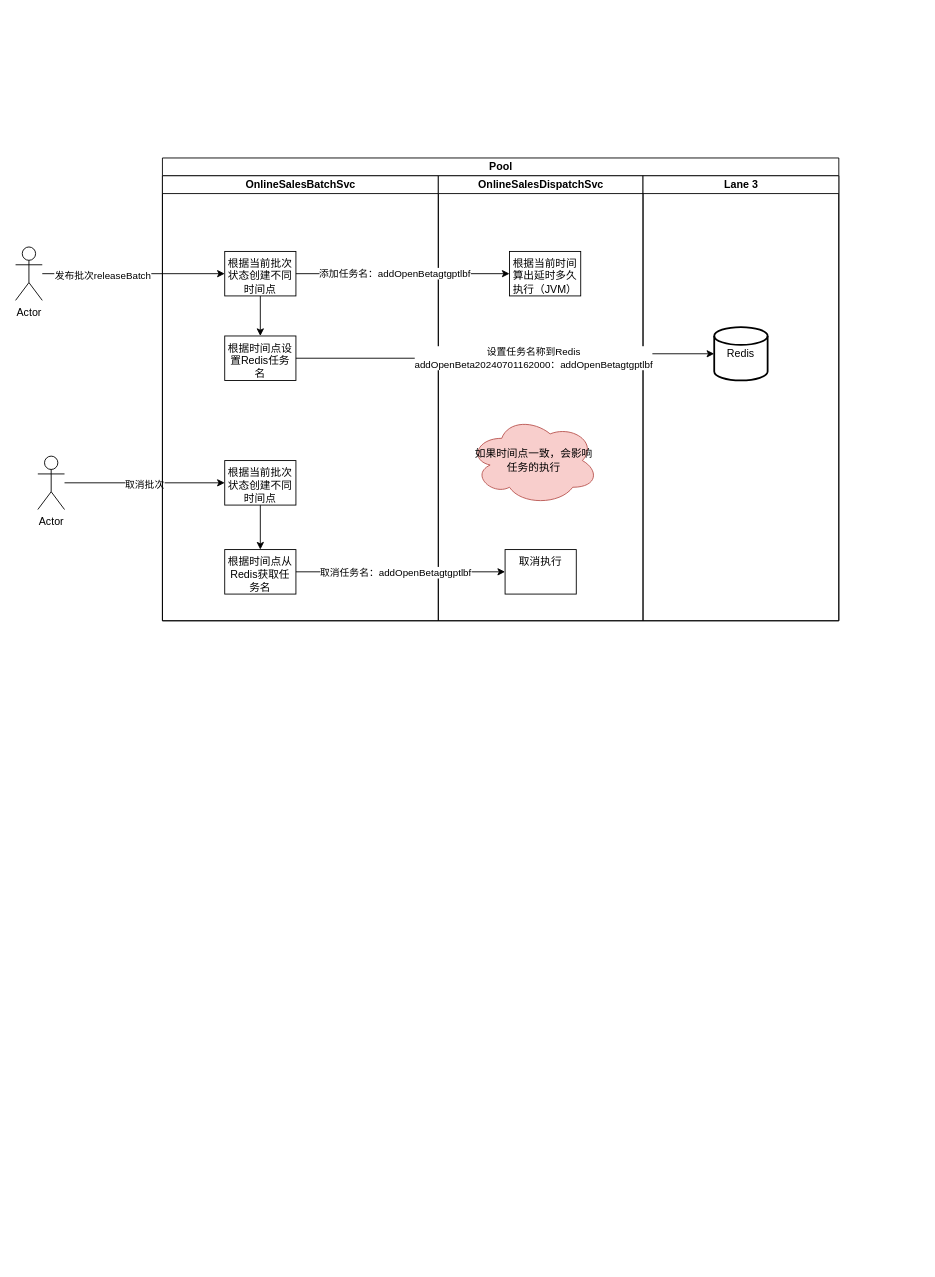
This is 开盘系统.drawio from juesuchen/diagrams, a draw.io file, before an edit. Source tidied: cells renumbered, new cells numbered last; positions are measured from the earlier drawing's top-left corner, leaving out a move shared by most shapes. Both pictures are drawn from the tidied source at 89%, with x=0, y=0 at pixel (15, 158).
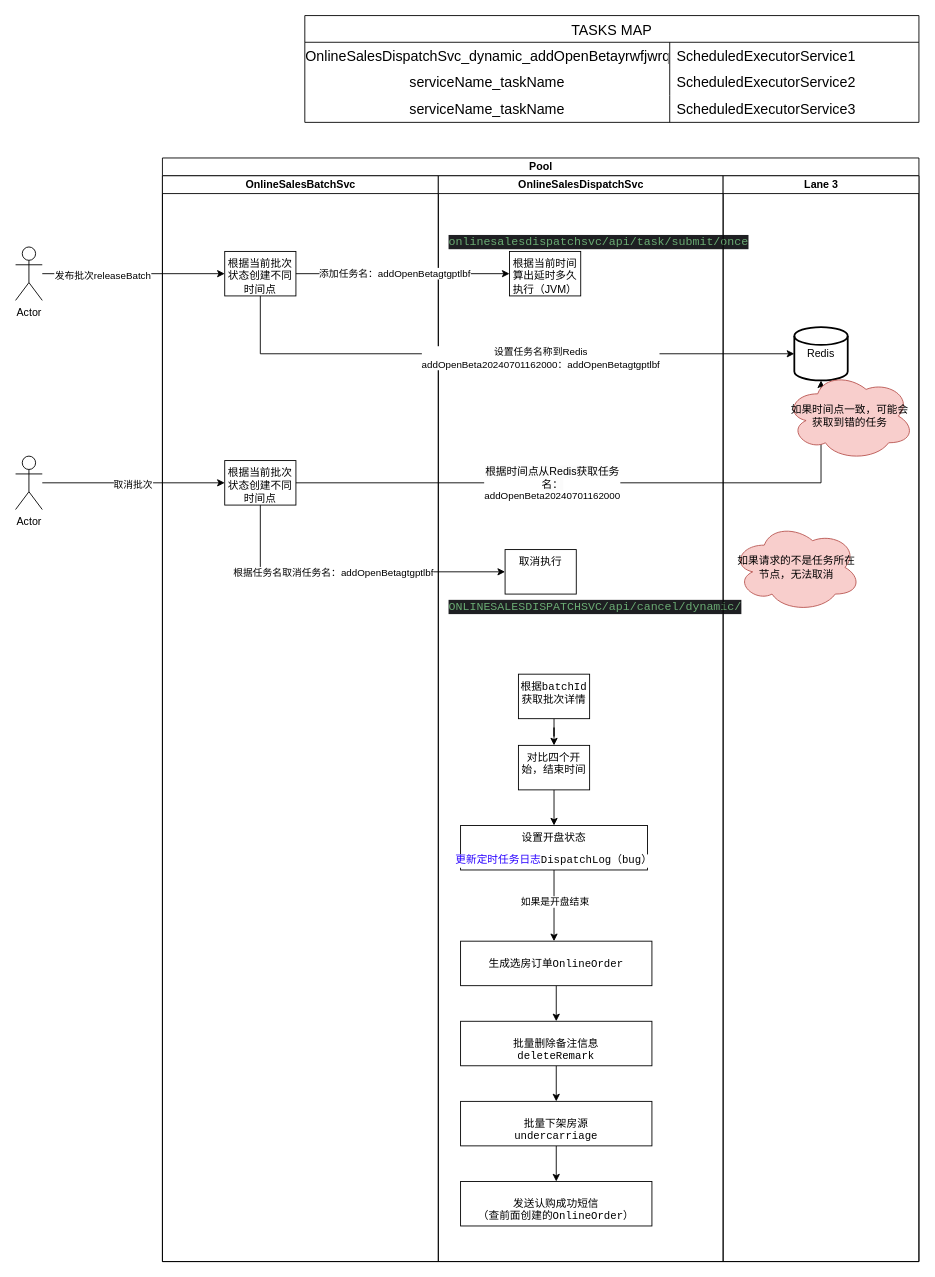
Above is the later version.

Commit message:
更新开盘系统.drawio

Unchanged cells that the change refers to:
```xml
<mxCell id="11" value="根据当前批次状态创建不同时间点" style="whiteSpace=wrap;html=1;verticalAlign=top;" parent="9" vertex="1">
  <mxGeometry x="70" y="85" width="80" height="50" as="geometry" />
</mxCell>
<mxCell id="13" value="根据当前批次状态创建不同时间点" style="whiteSpace=wrap;html=1;verticalAlign=top;" parent="9" vertex="1">
  <mxGeometry x="70" y="320" width="80" height="50" as="geometry" />
</mxCell>
<mxCell id="18" value="取消执行" style="whiteSpace=wrap;html=1;verticalAlign=top;" parent="16" vertex="1">
  <mxGeometry x="75" y="420" width="80" height="50" as="geometry" />
</mxCell>
<mxCell id="21" value="Redis" style="strokeWidth=2;html=1;shape=mxgraph.flowchart.database;whiteSpace=wrap;" parent="20" vertex="1">
  <mxGeometry x="80" y="170" width="60" height="60" as="geometry" />
</mxCell>
```

Diff of the diagram source:
```diff
@@
     <mxCell id="7" value="Actor" style="shape=umlActor;verticalLabelPosition=bottom;verticalAlign=top;html=1;outlineConnect=0;" parent="1" vertex="1">
-      <mxGeometry x="25" y="335" width="30" height="60" as="geometry" />
+      <mxGeometry y="335" width="30" height="60" as="geometry" />
     </mxCell>
     <mxCell id="8" value="Pool" style="swimlane;startSize=20;html=1;" parent="1" vertex="1">
-      <mxGeometry x="165" width="760" height="520" as="geometry" />
+      <mxGeometry x="165" width="850" height="1240" as="geometry" />
     </mxCell>
     <mxCell id="9" value="OnlineSalesBatchSvc" style="swimlane;startSize=20;html=1;" parent="8" vertex="1">
-      <mxGeometry y="20" width="310" height="500" as="geometry" />
+      <mxGeometry y="20" width="310" height="1220" as="geometry" />
     </mxCell>
-    <mxCell id="10" style="edgeStyle=orthogonalEdgeStyle;rounded=0;jettySize=auto;html=1;" parent="9" edge="1" source="11" target="15">
-      <mxGeometry relative="1" as="geometry" />
-    </mxCell>
@@
-    <mxCell id="12" style="edgeStyle=orthogonalEdgeStyle;rounded=0;jettySize=auto;html=1;" parent="9" edge="1" source="13" target="14">
-      <mxGeometry relative="1" as="geometry" />
-    </mxCell>
@@
-    <mxCell id="14" value="根据时间点从Redis获取任务名" style="whiteSpace=wrap;html=1;verticalAlign=top;" parent="9" vertex="1">
-      <mxGeometry x="70" y="420" width="80" height="50" as="geometry" />
-    </mxCell>
-    <mxCell id="15" value="根据时间点设置Redis任务名" style="whiteSpace=wrap;html=1;verticalAlign=top;" parent="9" vertex="1">
-      <mxGeometry x="70" y="180" width="80" height="50" as="geometry" />
-    </mxCell>
     <mxCell id="16" value="OnlineSalesDispatchSvc" style="swimlane;startSize=20;html=1;" parent="8" vertex="1">
-      <mxGeometry x="310" y="20" width="230" height="500" as="geometry" />
+      <mxGeometry x="310" y="20" width="320" height="1220" as="geometry" />
     </mxCell>
@@
-    <mxCell id="19" value="如果时间点一致，会影响任务的执行" style="ellipse;shape=cloud;whiteSpace=wrap;html=1;fillColor=#f8cecc;strokeColor=#b85450;" parent="16" vertex="1">
-      <mxGeometry x="35" y="270" width="145" height="100" as="geometry" />
-    </mxCell>
+    <mxCell id="28" value="&lt;div style=&quot;background-color:#1e1f22;color:#bcbec4;font-family:'JetBrains Mono',monospace;font-size:9.8pt;white-space:pre;&quot;&gt;&lt;span style=&quot;color:#6aab73;&quot;&gt;onlinesalesdispatchsvc/api/task/submit/once&lt;/span&gt;&lt;/div&gt;" style="text;whiteSpace=wrap;html=1;" parent="16" vertex="1">
+      <mxGeometry x="10" y="60" width="310" height="40" as="geometry" />
+    </mxCell>
+    <mxCell id="29" value="&lt;div style=&quot;background-color:#1e1f22;color:#bcbec4;font-family:'JetBrains Mono',monospace;font-size:9.8pt;white-space:pre;&quot;&gt;&lt;span style=&quot;color:#6aab73;&quot;&gt;ONLINESALESDISPATCHSVC/api/cancel/dynamic/&lt;/span&gt;&lt;/div&gt;" style="text;whiteSpace=wrap;html=1;" parent="16" vertex="1">
+      <mxGeometry x="10" y="470" width="310" height="40" as="geometry" />
+    </mxCell>
+    <mxCell id="30" style="edgeStyle=orthogonalEdgeStyle;rounded=0;jettySize=auto;html=1;" parent="16" edge="1" source="31" target="33">
+      <mxGeometry relative="1" as="geometry" />
+    </mxCell>
+    <mxCell id="31" value="根据&lt;span style=&quot;background-color: rgb(255, 255, 255); font-family: Consolas, courier;&quot;&gt;batchId获取批次详情&lt;/span&gt;" style="whiteSpace=wrap;html=1;verticalAlign=top;" parent="16" vertex="1">
+      <mxGeometry x="90" y="560" width="80" height="50" as="geometry" />
+    </mxCell>
+    <mxCell id="32" style="edgeStyle=orthogonalEdgeStyle;rounded=0;jettySize=auto;html=1;" parent="16" edge="1" source="33" target="36">
+      <mxGeometry relative="1" as="geometry" />
+    </mxCell>
+    <mxCell id="33" value="对比四个开始，结束时间" style="whiteSpace=wrap;html=1;verticalAlign=top;" parent="16" vertex="1">
+      <mxGeometry x="90" y="640" width="80" height="50" as="geometry" />
+    </mxCell>
+    <mxCell id="34" style="edgeStyle=orthogonalEdgeStyle;rounded=0;jettySize=auto;html=1;" parent="16" edge="1" source="36" target="38">
+      <mxGeometry relative="1" as="geometry">
+        <Array as="points">
+          <mxPoint x="130" y="820" />
+          <mxPoint x="130" y="820" />
+        </Array>
+      </mxGeometry>
+    </mxCell>
+    <mxCell id="35" value="如果是开盘结束" style="edgeLabel;html=1;align=center;verticalAlign=middle;" parent="34" vertex="1">
+      <mxGeometry x="-0.12" relative="1" as="geometry" />
+    </mxCell>
+    <mxCell id="36" value="设置开盘状态&lt;div&gt;&lt;pre style=&quot;font-family: &amp;quot;Consolas&amp;quot;, courier; background: #ffffff&quot;&gt;&lt;span style=&quot;color: #2900ff;&quot;&gt;更新定时任务日志&lt;/span&gt;DispatchLog（bug）&lt;/pre&gt;&lt;/div&gt;" style="whiteSpace=wrap;html=1;verticalAlign=top;" parent="16" vertex="1">
+      <mxGeometry x="25" y="730" width="210" height="50" as="geometry" />
+    </mxCell>
+    <mxCell id="37" style="edgeStyle=orthogonalEdgeStyle;rounded=0;jettySize=auto;html=1;" parent="16" edge="1" source="38" target="40">
+      <mxGeometry relative="1" as="geometry" />
+    </mxCell>
+    <mxCell id="38" value="&lt;pre style=&quot;background: rgb(255, 255, 255);&quot;&gt;&lt;font face=&quot;Consolas, courier&quot;&gt;生成选房订单&lt;/font&gt;OnlineOrder&lt;/pre&gt;" style="whiteSpace=wrap;html=1;verticalAlign=top;" parent="16" vertex="1">
+      <mxGeometry x="25" y="860" width="215" height="50" as="geometry" />
+    </mxCell>
+    <mxCell id="39" style="edgeStyle=orthogonalEdgeStyle;rounded=0;jettySize=auto;html=1;" parent="16" edge="1" source="40" target="42">
+      <mxGeometry relative="1" as="geometry" />
+    </mxCell>
+    <mxCell id="40" value="&lt;pre style=&quot;background: rgb(255, 255, 255);&quot;&gt;&lt;font face=&quot;Consolas, courier&quot;&gt;批量删除备注信息&lt;br&gt;deleteRemark&lt;/font&gt;&lt;/pre&gt;" style="whiteSpace=wrap;html=1;verticalAlign=top;" parent="16" vertex="1">
+      <mxGeometry x="25" y="950" width="215" height="50" as="geometry" />
+    </mxCell>
+    <mxCell id="41" style="edgeStyle=orthogonalEdgeStyle;rounded=0;jettySize=auto;html=1;" parent="16" edge="1" source="42" target="43">
+      <mxGeometry relative="1" as="geometry" />
+    </mxCell>
+    <mxCell id="42" value="&lt;pre style=&quot;background: rgb(255, 255, 255);&quot;&gt;&lt;font face=&quot;Consolas, courier&quot;&gt;批量下架房源&lt;br&gt;undercarriage&lt;/font&gt;&lt;/pre&gt;" style="whiteSpace=wrap;html=1;verticalAlign=top;align=center;" parent="16" vertex="1">
+      <mxGeometry x="25" y="1040" width="215" height="50" as="geometry" />
+    </mxCell>
+    <mxCell id="43" value="&lt;pre style=&quot;background: rgb(255, 255, 255);&quot;&gt;发送认购成功短信&lt;br&gt;（查前面创建的OnlineOrder）&lt;/pre&gt;" style="whiteSpace=wrap;html=1;verticalAlign=top;" parent="16" vertex="1">
+      <mxGeometry x="25" y="1130" width="215" height="50" as="geometry" />
+    </mxCell>
     <mxCell id="20" value="Lane 3" style="swimlane;startSize=20;html=1;" parent="8" vertex="1">
-      <mxGeometry x="540" y="20" width="220" height="500" as="geometry" />
+      <mxGeometry x="630" y="20" width="220" height="1220" as="geometry" />
     </mxCell>
@@
+    <mxCell id="44" value="如果请求的不是任务所在节点，无法取消" style="ellipse;shape=cloud;whiteSpace=wrap;html=1;fillColor=#f8cecc;strokeColor=#b85450;" parent="20" vertex="1">
+      <mxGeometry x="10" y="390" width="145" height="100" as="geometry" />
+    </mxCell>
@@
-    <mxCell id="24" style="edgeStyle=orthogonalEdgeStyle;rounded=0;jettySize=auto;html=1;entryX=0;entryY=0.5;entryDx=0;entryDy=0;entryPerimeter=0;" parent="8" edge="1" source="15" target="21">
+    <mxCell id="24" style="edgeStyle=orthogonalEdgeStyle;rounded=0;jettySize=auto;html=1;entryX=0;entryY=0.5;entryDx=0;entryDy=0;entryPerimeter=0;exitX=0.5;exitY=1;exitDx=0;exitDy=0;" parent="8" edge="1" source="11" target="21">
       <mxGeometry relative="1" as="geometry" />
     </mxCell>
@@
-    <mxCell id="26" style="edgeStyle=orthogonalEdgeStyle;rounded=0;jettySize=auto;html=1;entryX=0;entryY=0.5;entryDx=0;entryDy=0;exitX=1;exitY=0.5;exitDx=0;exitDy=0;" parent="8" edge="1" source="14" target="18">
+    <mxCell id="26" style="edgeStyle=orthogonalEdgeStyle;rounded=0;jettySize=auto;html=1;entryX=0;entryY=0.5;entryDx=0;entryDy=0;exitX=0.5;exitY=1;exitDx=0;exitDy=0;" parent="8" edge="1" source="13" target="18">
       <mxGeometry relative="1" as="geometry" />
     </mxCell>
-    <mxCell id="27" value="取消任务名：addOpenBetagtgptlbf" style="edgeLabel;html=1;align=center;verticalAlign=middle;" parent="26" vertex="1">
+    <mxCell id="27" value="根据任务名取消任务名：addOpenBetagtgptlbf" style="edgeLabel;html=1;align=center;verticalAlign=middle;" parent="26" vertex="1">
       <mxGeometry x="-0.21" y="3" relative="1" as="geometry">
         <mxPoint x="18" y="3" as="offset" />
       </mxGeometry>
     </mxCell>
+    <mxCell id="45" style="edgeStyle=orthogonalEdgeStyle;rounded=0;jettySize=auto;html=1;entryX=0.5;entryY=1;entryDx=0;entryDy=0;entryPerimeter=0;" parent="8" edge="1" source="13" target="21">
+      <mxGeometry relative="1" as="geometry" />
+    </mxCell>
+    <mxCell id="46" value="&lt;span style=&quot;text-wrap: wrap; font-size: 12px; background-color: rgb(251, 251, 251);&quot;&gt;根据时间点从Redis获取任务名：&lt;/span&gt;&lt;div&gt;addOpenBeta20240701162000&lt;/div&gt;" style="edgeLabel;html=1;align=center;verticalAlign=middle;" parent="45" vertex="1">
+      <mxGeometry x="-0.4" y="-2" relative="1" as="geometry">
+        <mxPoint x="75" y="-2" as="offset" />
+      </mxGeometry>
+    </mxCell>
+    <mxCell id="19" value="如果时间点一致，可能会获取到错的任务" style="ellipse;shape=cloud;whiteSpace=wrap;html=1;fillColor=#f8cecc;strokeColor=#b85450;" parent="1" vertex="1">
+      <mxGeometry x="865" y="240" width="145" height="100" as="geometry" />
+    </mxCell>
+    <mxCell id="47" style="shape=table;startSize=0;childLayout=tableLayout;fontSize=11;fillColor=none;strokeColor=none;" parent="1" vertex="1">
+      <mxGeometry x="605" y="40" width="60" height="60" as="geometry" />
+    </mxCell>
+    <mxCell id="48" style="shape=table;startSize=0;childLayout=tableLayout;fontSize=11;fillColor=none;strokeColor=none;" parent="1" vertex="1">
+      <mxGeometry x="605" y="40" width="60" height="60" as="geometry" />
+    </mxCell>
+    <mxCell id="49" value="TASKS MAP" style="shape=table;startSize=30;childLayout=tableLayout;rowLines=0;fontStyle=0;strokeColor=default;fontSize=16;" parent="1" vertex="1">
+      <mxGeometry x="325" y="-160" width="690" height="120" as="geometry" />
+    </mxCell>
+    <mxCell id="50" style="shape=tableRow;horizontal=0;startSize=0;swimlaneHead=0;swimlaneBody=0;top=0;left=0;bottom=0;right=0;fillColor=none;strokeColor=inherit;fontSize=16;" parent="49" vertex="1">
+      <mxGeometry y="30" width="690" height="30" as="geometry" />
+    </mxCell>
+    <mxCell id="51" value="OnlineSalesDispatchSvc_dynamic_addOpenBetayrwfjwrq" style="shape=partialRectangle;html=1;whiteSpace=wrap;fillColor=none;top=0;left=0;bottom=0;right=0;overflow=hidden;strokeColor=inherit;fontSize=16;" parent="50" vertex="1">
+      <mxGeometry width="410" height="30" as="geometry" />
+    </mxCell>
+    <mxCell id="52" value="ScheduledExecutorService1" style="shape=partialRectangle;html=1;whiteSpace=wrap;fillColor=none;top=0;left=0;bottom=0;right=0;align=left;spacingLeft=6;overflow=hidden;strokeColor=inherit;fontSize=16;" parent="50" vertex="1">
+      <mxGeometry x="410" width="280" height="30" as="geometry" />
+    </mxCell>
+    <mxCell id="53" style="shape=tableRow;horizontal=0;startSize=0;swimlaneHead=0;swimlaneBody=0;top=0;left=0;bottom=0;right=0;fillColor=none;strokeColor=inherit;fontSize=16;" parent="49" vertex="1">
+      <mxGeometry y="60" width="690" height="30" as="geometry" />
+    </mxCell>
+    <mxCell id="54" value="serviceName_taskName" style="shape=partialRectangle;html=1;whiteSpace=wrap;fillColor=none;top=0;left=0;bottom=0;right=0;overflow=hidden;strokeColor=inherit;fontSize=16;" parent="53" vertex="1">
+      <mxGeometry width="410" height="30" as="geometry" />
+    </mxCell>
+    <mxCell id="55" value="ScheduledExecutorService2" style="shape=partialRectangle;html=1;whiteSpace=wrap;fillColor=none;top=0;left=0;bottom=0;right=0;align=left;spacingLeft=6;overflow=hidden;strokeColor=inherit;fontSize=16;" parent="53" vertex="1">
+      <mxGeometry x="410" width="280" height="30" as="geometry" />
+    </mxCell>
+    <mxCell id="56" style="shape=tableRow;horizontal=0;startSize=0;swimlaneHead=0;swimlaneBody=0;top=0;left=0;bottom=0;right=0;fillColor=none;strokeColor=inherit;fontSize=16;" parent="49" vertex="1">
+      <mxGeometry y="90" width="690" height="30" as="geometry" />
+    </mxCell>
+    <mxCell id="57" value="serviceName_taskName" style="shape=partialRectangle;html=1;whiteSpace=wrap;fillColor=none;top=0;left=0;bottom=0;right=0;overflow=hidden;strokeColor=inherit;fontSize=16;" parent="56" vertex="1">
+      <mxGeometry width="410" height="30" as="geometry" />
+    </mxCell>
+    <mxCell id="58" value="ScheduledExecutorService3" style="shape=partialRectangle;html=1;whiteSpace=wrap;fillColor=none;top=0;left=0;bottom=0;right=0;align=left;spacingLeft=6;overflow=hidden;strokeColor=inherit;fontSize=16;" parent="56" vertex="1">
+      <mxGeometry x="410" width="280" height="30" as="geometry" />
+    </mxCell>
```
